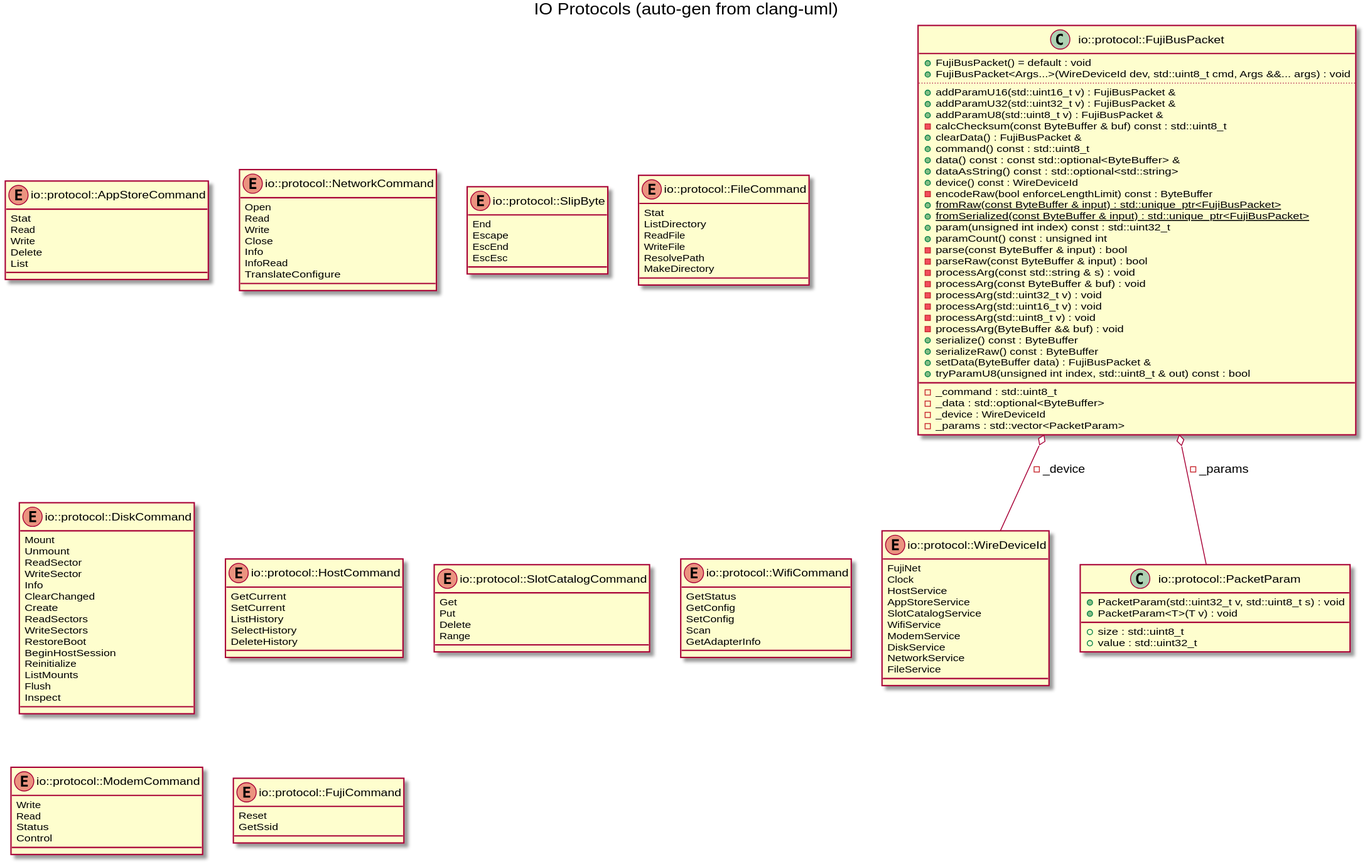
Before: docs/images/gen_io_protocol.svg, a diagram exported from PlantUML (benjamink/fujinet-nio).
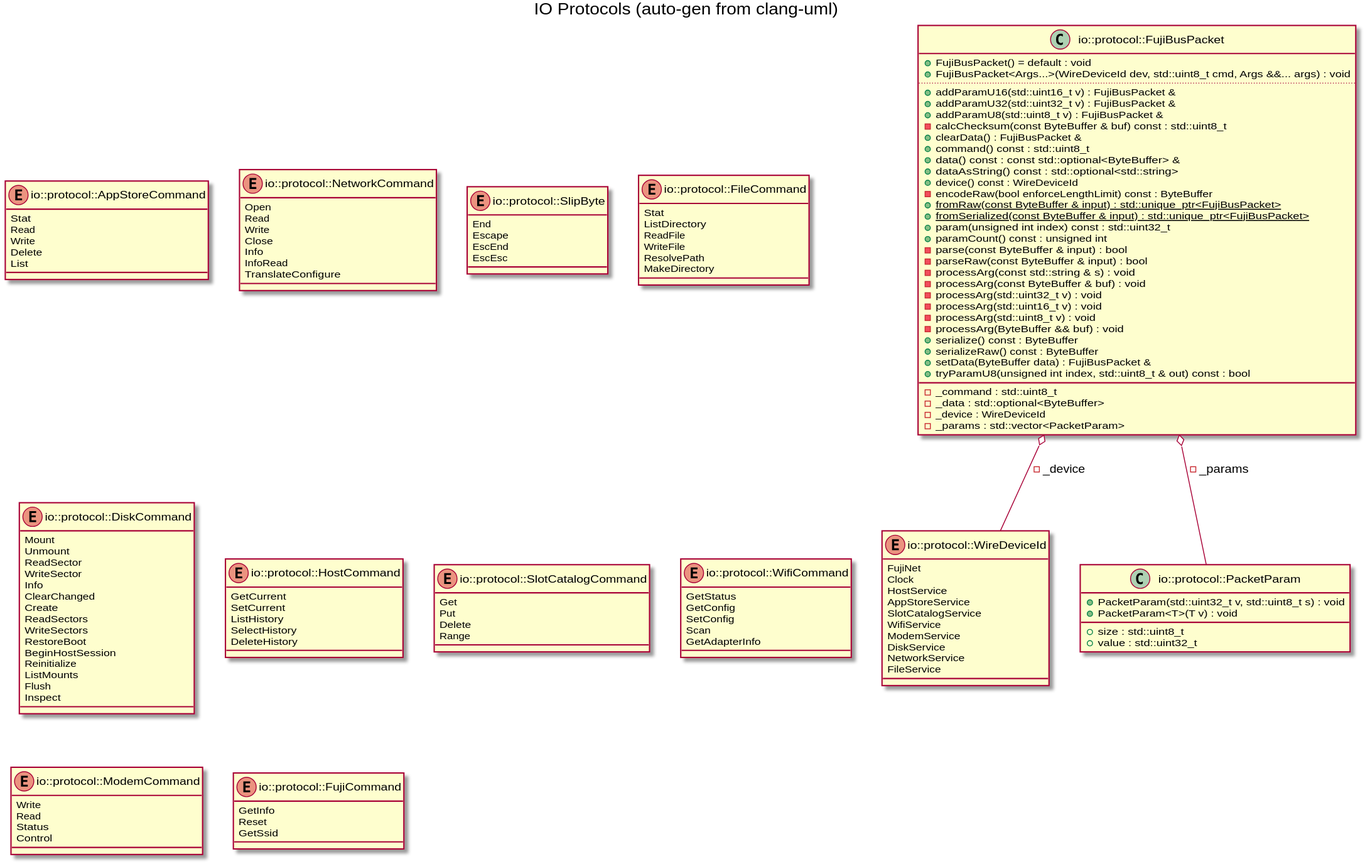
After the change.

Diff of the diagram source:
```diff
@@ -142,6 +142,7 @@
 }
 enum "io::protocol::FujiCommand" as C_0004628219160953719395
 enum C_0004628219160953719395 {
+GetInfo
 Reset
 GetSsid
 }
```
